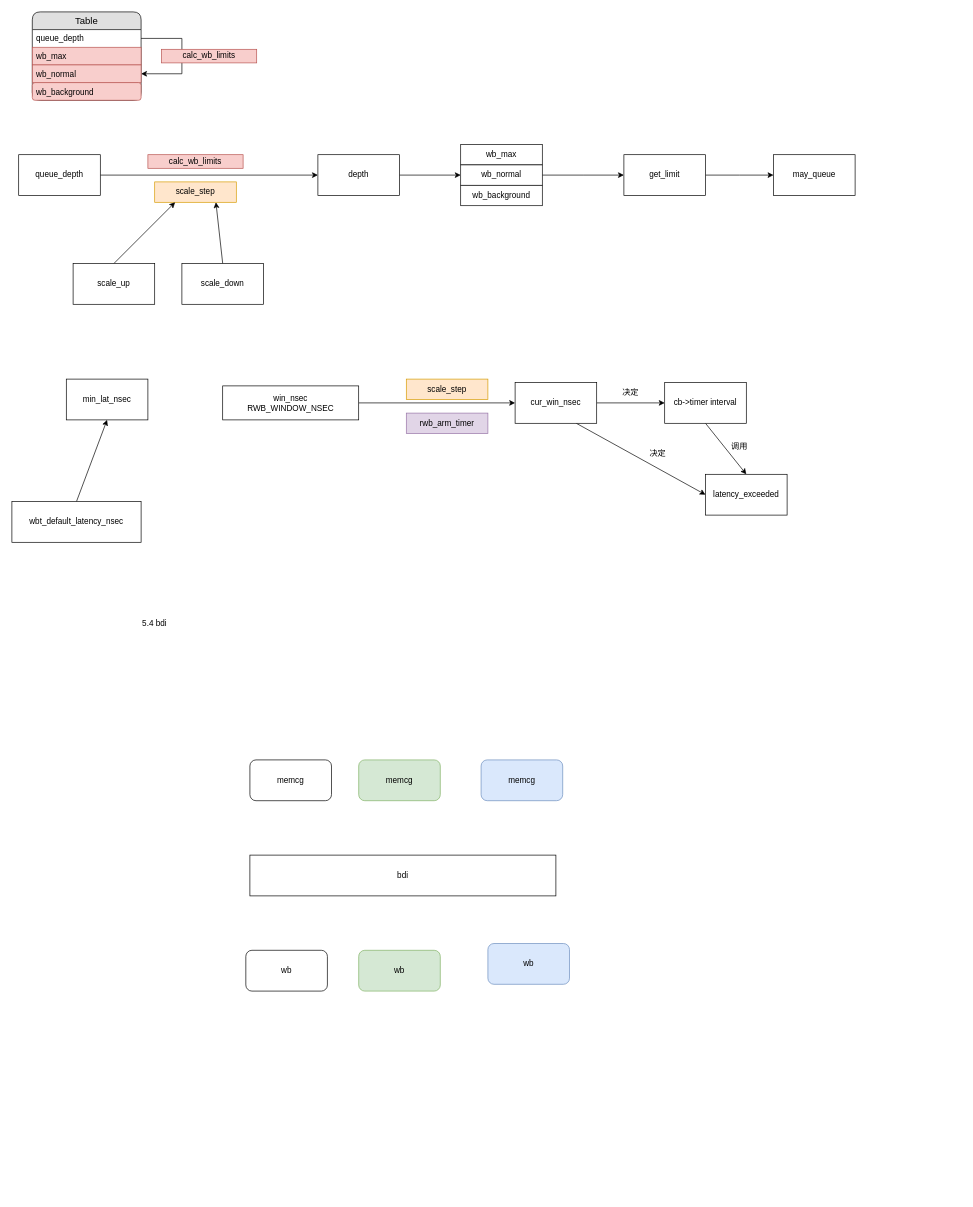
This is page "write back throttling" (6 of 6) of multiqueue.drawio from chenlei0x/drawio, a draw.io file, before an edit. Source tidied: cells renumbered, new cells numbered last; positions are measured from the earlier drawing's top-left corner, leaving out a move shared by most shapes. Both pictures are drawn from the tidied source at 68%, with x=0, y=0 at pixel (12, 12).
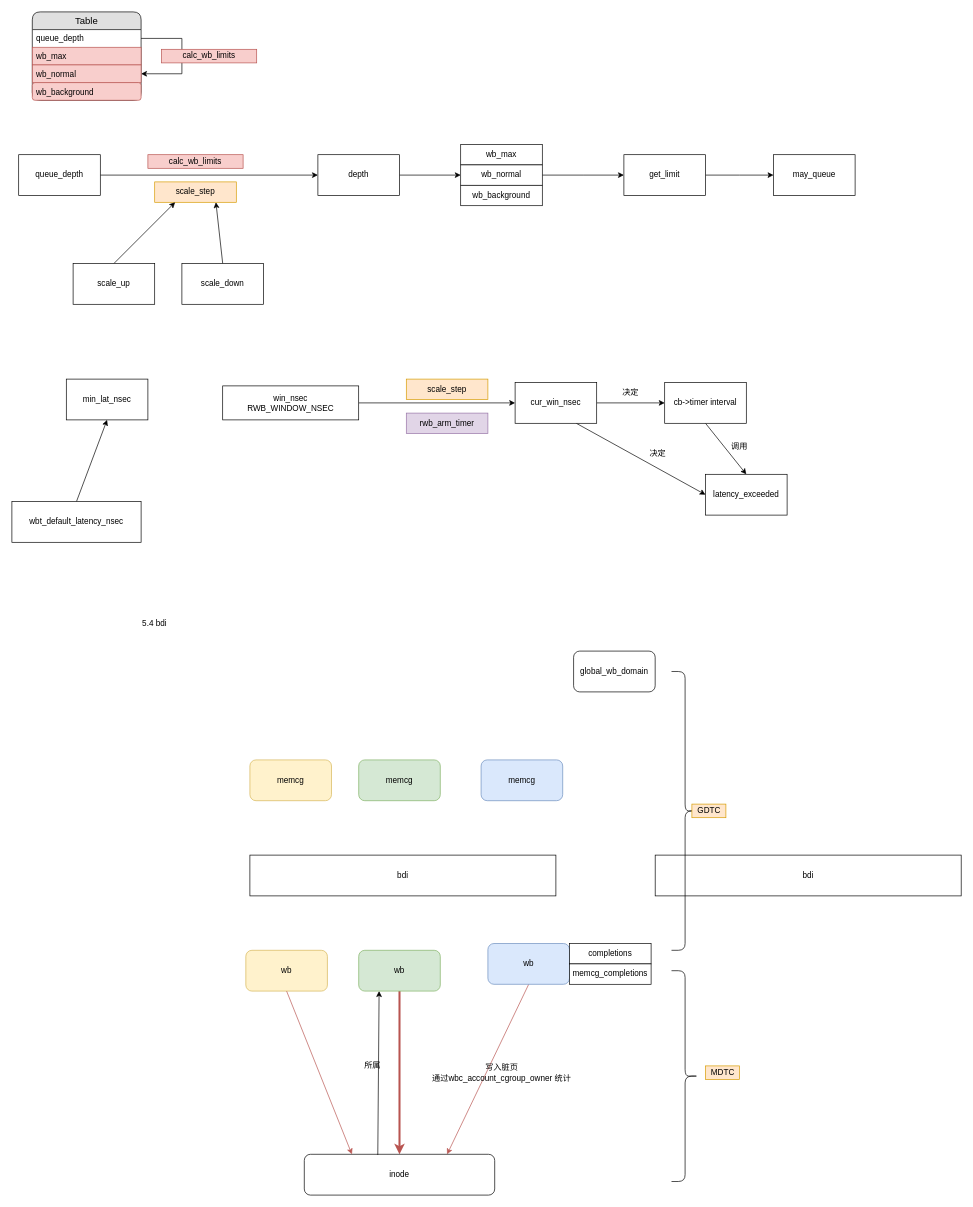
After the change.

The change refers to these unchanged cells:
```xml
<mxCell id="48" value="wb" style="rounded=1;whiteSpace=wrap;html=1;fillColor=#d5e8d4;strokeColor=#82b366;" parent="1" vertex="1">
  <mxGeometry x="510" y="1380" width="120" height="60" as="geometry" />
</mxCell>
<mxCell id="49" value="wb" style="rounded=1;whiteSpace=wrap;html=1;fillColor=#dae8fc;strokeColor=#6c8ebf;" parent="1" vertex="1">
  <mxGeometry x="700" y="1370" width="120" height="60" as="geometry" />
</mxCell>
```

Change to the diagram source:
```diff
@@
-    <mxCell id="44" value="memcg" style="rounded=1;whiteSpace=wrap;html=1;" parent="1" vertex="1">
+    <mxCell id="44" value="memcg" style="rounded=1;whiteSpace=wrap;html=1;fillColor=#fff2cc;strokeColor=#d6b656;" parent="1" vertex="1">
       <mxGeometry x="350" y="1100" width="120" height="60" as="geometry" />
     </mxCell>
@@
-    <mxCell id="47" value="wb" style="rounded=1;whiteSpace=wrap;html=1;" parent="1" vertex="1">
+    <mxCell id="47" value="wb" style="rounded=1;whiteSpace=wrap;html=1;fillColor=#fff2cc;strokeColor=#d6b656;" parent="1" vertex="1">
       <mxGeometry x="344" y="1380" width="120" height="60" as="geometry" />
     </mxCell>
+    <mxCell id="50" style="edgeStyle=orthogonalEdgeStyle;rounded=0;jettySize=auto;html=1;exitX=0.5;exitY=1;exitDx=0;exitDy=0;fillColor=#f8cecc;strokeColor=#b85450;strokeWidth=3;" parent="1" edge="1" source="48" target="52">
+      <mxGeometry relative="1" as="geometry" />
+    </mxCell>
@@
+    <mxCell id="51" style="rounded=0;jettySize=auto;html=1;exitX=0.5;exitY=1;exitDx=0;exitDy=0;entryX=0.75;entryY=0;entryDx=0;entryDy=0;fillColor=#f8cecc;strokeColor=#b85450;" parent="1" edge="1" source="49" target="52">
+      <mxGeometry relative="1" as="geometry" />
+    </mxCell>
@@
+    <mxCell id="52" value="inode" style="rounded=1;whiteSpace=wrap;html=1;" parent="1" vertex="1">
+      <mxGeometry x="430" y="1680" width="280" height="60" as="geometry" />
+    </mxCell>
+    <mxCell id="53" style="endArrow=classic;html=1;exitX=0.5;exitY=1;exitDx=0;exitDy=0;entryX=0.25;entryY=0;entryDx=0;entryDy=0;fillColor=#f8cecc;strokeColor=#b85450;" parent="1" edge="1" source="47" target="52">
+      <mxGeometry relative="1" as="geometry" />
+    </mxCell>
+    <mxCell id="54" value="写入脏页&lt;br&gt;通过wbc_account_cgroup_owner 统计" style="text;html=1;align=center;verticalAlign=middle;" parent="1" vertex="1">
+      <mxGeometry x="610" y="1545" width="220" height="30" as="geometry" />
+    </mxCell>
+    <mxCell id="55" style="endArrow=classic;html=1;strokeWidth=1;entryX=0.25;entryY=1;entryDx=0;entryDy=0;exitX=0.386;exitY=0.017;exitDx=0;exitDy=0;exitPerimeter=0;" parent="1" edge="1" source="52" target="48">
+      <mxGeometry relative="1" as="geometry" />
+    </mxCell>
+    <mxCell id="56" value="所属" style="text;html=1;align=center;verticalAlign=middle;" parent="1" vertex="1">
+      <mxGeometry x="510" y="1540" width="40" height="20" as="geometry" />
+    </mxCell>
+    <mxCell id="57" value="completions" style="rounded=0;whiteSpace=wrap;html=1;" parent="1" vertex="1">
+      <mxGeometry x="820" y="1370" width="120" height="30" as="geometry" />
+    </mxCell>
+    <mxCell id="58" value="memcg_completions" style="rounded=0;whiteSpace=wrap;html=1;" parent="1" vertex="1">
+      <mxGeometry x="820" y="1400" width="120" height="30" as="geometry" />
+    </mxCell>
+    <mxCell id="59" value="global_wb_domain" style="rounded=1;whiteSpace=wrap;html=1;" parent="1" vertex="1">
+      <mxGeometry x="826" y="940" width="120" height="60" as="geometry" />
+    </mxCell>
+    <mxCell id="60" value="bdi" style="rounded=0;whiteSpace=wrap;html=1;" parent="1" vertex="1">
+      <mxGeometry x="946" y="1240" width="450" height="60" as="geometry" />
+    </mxCell>
+    <mxCell id="61" style="shape=curlyBracket;whiteSpace=wrap;html=1;rounded=1;rotation=-180;" parent="1" vertex="1">
+      <mxGeometry x="970" y="970" width="40" height="410" as="geometry" />
+    </mxCell>
+    <mxCell id="62" value="GDTC" style="text;html=1;align=center;verticalAlign=middle;fillColor=#ffe6cc;strokeColor=#d79b00;" parent="1" vertex="1">
+      <mxGeometry x="1000" y="1165" width="50" height="20" as="geometry" />
+    </mxCell>
+    <mxCell id="63" style="shape=curlyBracket;whiteSpace=wrap;html=1;rounded=1;rotation=-180;" parent="1" vertex="1">
+      <mxGeometry x="970" y="1410" width="40" height="310" as="geometry" />
+    </mxCell>
+    <mxCell id="64" value="MDTC" style="text;html=1;align=center;verticalAlign=middle;fillColor=#ffe6cc;strokeColor=#d79b00;" parent="1" vertex="1">
+      <mxGeometry x="1020" y="1550" width="50" height="20" as="geometry" />
+    </mxCell>
```
